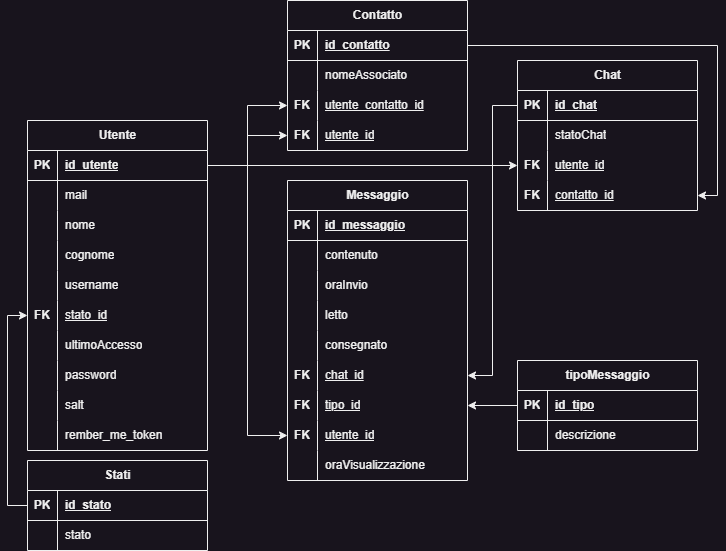
Above: Readme/SchemaRelazionale.png in FanteyOfficial/ProgettoQuintaInformatica (draw.io), before the change. Source tidied: cells renumbered, new cells last; positions are measured from the earlier drawing's top-left corner, leaving out a move shared by most shapes.
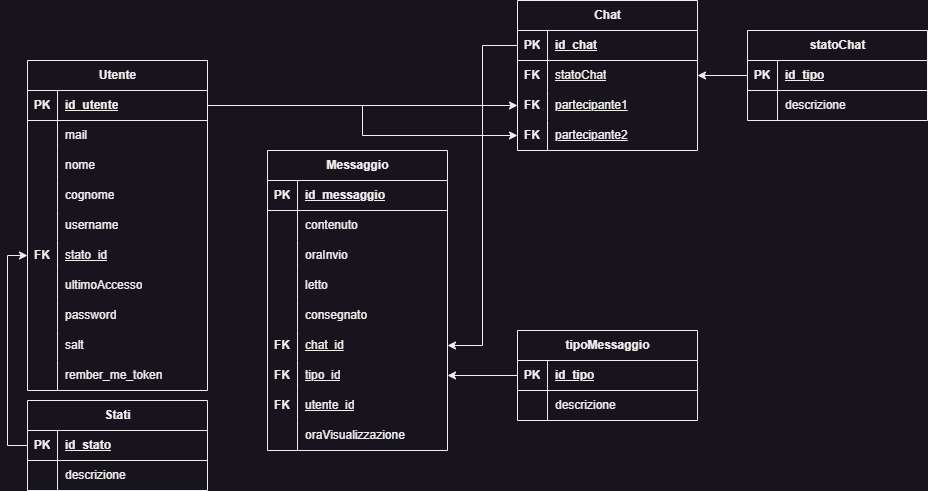
After the commit.

The edit, as a diff of the source:
```diff
@@ -110,10 +110,10 @@
     <mxCell id="37" style="shape=tableRow;horizontal=0;startSize=0;swimlaneHead=0;swimlaneBody=0;fillColor=none;points=[[0,0.5],[1,0.5]];portConstraint=eastwest;top=0;left=0;right=0;bottom=0;" parent="33" vertex="1">
       <mxGeometry y="60" width="180" height="30" as="geometry" />
     </mxCell>
-    <mxCell id="38" style="shape=partialRectangle;fillColor=none;top=0;left=0;bottom=0;right=0;overflow=hidden;whiteSpace=wrap;html=1;" parent="37" vertex="1">
+    <mxCell id="38" value="&lt;b&gt;FK&lt;/b&gt;" style="shape=partialRectangle;fillColor=none;top=0;left=0;bottom=0;right=0;overflow=hidden;whiteSpace=wrap;html=1;" parent="37" vertex="1">
       <mxGeometry width="30" height="30" as="geometry" />
     </mxCell>
-    <mxCell id="39" value="statoChat" style="shape=partialRectangle;fillColor=none;top=0;left=0;bottom=0;right=0;align=left;spacingLeft=6;overflow=hidden;whiteSpace=wrap;html=1;" parent="37" vertex="1">
+    <mxCell id="39" value="&lt;u&gt;statoChat&lt;/u&gt;" style="shape=partialRectangle;fillColor=none;top=0;left=0;bottom=0;right=0;align=left;spacingLeft=6;overflow=hidden;whiteSpace=wrap;html=1;" parent="37" vertex="1">
       <mxGeometry x="30" width="150" height="30" as="geometry" />
     </mxCell>
     <mxCell id="40" style="shape=tableRow;horizontal=0;startSize=0;swimlaneHead=0;swimlaneBody=0;fillColor=none;points=[[0,0.5],[1,0.5]];portConstraint=eastwest;top=0;left=0;right=0;bottom=0;" parent="33" vertex="1">
@@ -122,7 +122,7 @@
     <mxCell id="41" value="&lt;b&gt;FK&lt;/b&gt;" style="shape=partialRectangle;fillColor=none;top=0;left=0;bottom=0;right=0;overflow=hidden;whiteSpace=wrap;html=1;" parent="40" vertex="1">
       <mxGeometry width="30" height="30" as="geometry" />
     </mxCell>
-    <mxCell id="42" value="&lt;u&gt;utente_id&lt;/u&gt;" style="shape=partialRectangle;fillColor=none;top=0;left=0;bottom=0;right=0;align=left;spacingLeft=6;overflow=hidden;whiteSpace=wrap;html=1;" parent="40" vertex="1">
+    <mxCell id="42" value="&lt;u&gt;partecipante1&lt;/u&gt;" style="shape=partialRectangle;fillColor=none;top=0;left=0;bottom=0;right=0;align=left;spacingLeft=6;overflow=hidden;whiteSpace=wrap;html=1;" parent="40" vertex="1">
       <mxGeometry x="30" width="150" height="30" as="geometry" />
     </mxCell>
     <mxCell id="43" style="shape=tableRow;horizontal=0;startSize=0;swimlaneHead=0;swimlaneBody=0;fillColor=none;points=[[0,0.5],[1,0.5]];portConstraint=eastwest;top=0;left=0;right=0;bottom=0;" parent="33" vertex="1">
@@ -131,11 +131,11 @@
     <mxCell id="44" value="&lt;b&gt;FK&lt;/b&gt;" style="shape=partialRectangle;fillColor=none;top=0;left=0;bottom=0;right=0;overflow=hidden;whiteSpace=wrap;html=1;" parent="43" vertex="1">
       <mxGeometry width="30" height="30" as="geometry" />
     </mxCell>
-    <mxCell id="45" value="&lt;u&gt;contatto_id&lt;/u&gt;" style="shape=partialRectangle;fillColor=none;top=0;left=0;bottom=0;right=0;align=left;spacingLeft=6;overflow=hidden;whiteSpace=wrap;html=1;" parent="43" vertex="1">
+    <mxCell id="45" value="&lt;u&gt;partecipante2&lt;/u&gt;" style="shape=partialRectangle;fillColor=none;top=0;left=0;bottom=0;right=0;align=left;spacingLeft=6;overflow=hidden;whiteSpace=wrap;html=1;" parent="43" vertex="1">
       <mxGeometry x="30" width="150" height="30" as="geometry" />
     </mxCell>
     <mxCell id="46" value="Messaggio" style="shape=table;startSize=30;rowLines=0;fontStyle=1;align=center;html=1;" parent="1" vertex="1">
-      <mxGeometry x="260" y="180" width="180" height="300" as="geometry" />
+      <mxGeometry x="240" y="210" width="180" height="300" as="geometry" />
     </mxCell>
     <mxCell id="47" style="shape=tableRow;horizontal=0;startSize=0;swimlaneHead=0;swimlaneBody=0;fillColor=none;top=0;left=0;right=0;bottom=1;" parent="46" vertex="1">
       <mxGeometry y="30" width="180" height="30" as="geometry" />
@@ -239,11 +239,11 @@
     <mxCell id="80" style="shape=partialRectangle;fillColor=none;top=0;left=0;bottom=0;right=0;overflow=hidden;whiteSpace=wrap;html=1;" parent="79" vertex="1">
       <mxGeometry width="30" height="30" as="geometry" />
     </mxCell>
-    <mxCell id="81" value="stato" style="shape=partialRectangle;fillColor=none;top=0;left=0;bottom=0;right=0;align=left;spacingLeft=6;overflow=hidden;whiteSpace=wrap;html=1;" parent="79" vertex="1">
+    <mxCell id="81" value="descrizione" style="shape=partialRectangle;fillColor=none;top=0;left=0;bottom=0;right=0;align=left;spacingLeft=6;overflow=hidden;whiteSpace=wrap;html=1;" parent="79" vertex="1">
       <mxGeometry x="30" width="150" height="30" as="geometry" />
     </mxCell>
     <mxCell id="82" value="tipoMessaggio" style="shape=table;startSize=30;rowLines=0;fontStyle=1;align=center;html=1;" parent="1" vertex="1">
-      <mxGeometry x="490" y="360" width="180" height="90" as="geometry" />
+      <mxGeometry x="490" y="390" width="180" height="90" as="geometry" />
     </mxCell>
     <mxCell id="83" style="shape=tableRow;horizontal=0;startSize=0;swimlaneHead=0;swimlaneBody=0;fillColor=none;points=[[0,0.5],[1,0.5]];portConstraint=eastwest;top=0;left=0;right=0;bottom=1;" parent="82" vertex="1">
       <mxGeometry y="30" width="180" height="30" as="geometry" />
@@ -263,59 +263,6 @@
     <mxCell id="88" value="descrizione" style="shape=partialRectangle;fillColor=none;top=0;left=0;bottom=0;right=0;align=left;spacingLeft=6;overflow=hidden;whiteSpace=wrap;html=1;" parent="86" vertex="1">
       <mxGeometry x="30" width="150" height="30" as="geometry" />
     </mxCell>
-    <mxCell id="89" value="Contatto" style="shape=table;startSize=30;rowLines=0;fontStyle=1;align=center;html=1;" parent="1" vertex="1">
-      <mxGeometry x="260" width="180" height="150" as="geometry" />
-    </mxCell>
-    <mxCell id="90" style="shape=tableRow;horizontal=0;startSize=0;swimlaneHead=0;swimlaneBody=0;fillColor=none;points=[[0,0.5],[1,0.5]];portConstraint=eastwest;top=0;left=0;right=0;bottom=1;" parent="89" vertex="1">
-      <mxGeometry y="30" width="180" height="30" as="geometry" />
-    </mxCell>
-    <mxCell id="91" value="PK" style="shape=partialRectangle;fillColor=none;top=0;left=0;bottom=0;right=0;fontStyle=1;overflow=hidden;whiteSpace=wrap;html=1;" parent="90" vertex="1">
-      <mxGeometry width="30" height="30" as="geometry" />
-    </mxCell>
-    <mxCell id="92" value="id_contatto" style="shape=partialRectangle;fillColor=none;top=0;left=0;bottom=0;right=0;align=left;spacingLeft=6;fontStyle=5;overflow=hidden;whiteSpace=wrap;html=1;" parent="90" vertex="1">
-      <mxGeometry x="30" width="150" height="30" as="geometry" />
-    </mxCell>
-    <mxCell id="93" style="shape=tableRow;horizontal=0;startSize=0;swimlaneHead=0;swimlaneBody=0;fillColor=none;top=0;left=0;right=0;bottom=0;" parent="89" vertex="1">
-      <mxGeometry y="60" width="180" height="30" as="geometry" />
-    </mxCell>
-    <mxCell id="94" style="shape=partialRectangle;fillColor=none;top=0;left=0;bottom=0;right=0;overflow=hidden;whiteSpace=wrap;html=1;" parent="93" vertex="1">
-      <mxGeometry width="30" height="30" as="geometry" />
-    </mxCell>
-    <mxCell id="95" value="nomeAssociato" style="shape=partialRectangle;fillColor=none;top=0;left=0;bottom=0;right=0;align=left;spacingLeft=6;overflow=hidden;whiteSpace=wrap;html=1;" parent="93" vertex="1">
-      <mxGeometry x="30" width="150" height="30" as="geometry" />
-    </mxCell>
-    <mxCell id="96" style="shape=tableRow;horizontal=0;startSize=0;swimlaneHead=0;swimlaneBody=0;fillColor=none;points=[[0,0.5],[1,0.5]];portConstraint=eastwest;top=0;left=0;right=0;bottom=0;" parent="89" vertex="1">
-      <mxGeometry y="90" width="180" height="30" as="geometry" />
-    </mxCell>
-    <mxCell id="97" value="&lt;b&gt;FK&lt;/b&gt;" style="shape=partialRectangle;fillColor=none;top=0;left=0;bottom=0;right=0;overflow=hidden;whiteSpace=wrap;html=1;" parent="96" vertex="1">
-      <mxGeometry width="30" height="30" as="geometry" />
-    </mxCell>
-    <mxCell id="98" value="&lt;u&gt;utente_contatto_id&lt;/u&gt;" style="shape=partialRectangle;fillColor=none;top=0;left=0;bottom=0;right=0;align=left;spacingLeft=6;overflow=hidden;whiteSpace=wrap;html=1;" parent="96" vertex="1">
-      <mxGeometry x="30" width="150" height="30" as="geometry" />
-    </mxCell>
-    <mxCell id="99" style="shape=tableRow;horizontal=0;startSize=0;swimlaneHead=0;swimlaneBody=0;fillColor=none;points=[[0,0.5],[1,0.5]];portConstraint=eastwest;top=0;left=0;right=0;bottom=0;" parent="89" vertex="1">
-      <mxGeometry y="120" width="180" height="30" as="geometry" />
-    </mxCell>
-    <mxCell id="100" value="&lt;b&gt;FK&lt;/b&gt;" style="shape=partialRectangle;fillColor=none;top=0;left=0;bottom=0;right=0;overflow=hidden;whiteSpace=wrap;html=1;" parent="99" vertex="1">
-      <mxGeometry width="30" height="30" as="geometry" />
-    </mxCell>
-    <mxCell id="101" value="&lt;u&gt;utente_id&lt;/u&gt;" style="shape=partialRectangle;fillColor=none;top=0;left=0;bottom=0;right=0;align=left;spacingLeft=6;overflow=hidden;whiteSpace=wrap;html=1;" parent="99" vertex="1">
-      <mxGeometry x="30" width="150" height="30" as="geometry" />
-    </mxCell>
-    <mxCell id="102" style="edgeStyle=orthogonalEdgeStyle;rounded=0;jettySize=auto;html=1;" parent="1" edge="1" source="3" target="96">
-      <mxGeometry relative="1" as="geometry" />
-    </mxCell>
-    <mxCell id="103" style="edgeStyle=orthogonalEdgeStyle;rounded=0;jettySize=auto;html=1;" parent="1" edge="1" source="3" target="99">
-      <mxGeometry relative="1" as="geometry" />
-    </mxCell>
-    <mxCell id="104" style="edgeStyle=orthogonalEdgeStyle;rounded=0;jettySize=auto;html=1;" parent="1" edge="1" source="3" target="68">
-      <mxGeometry relative="1" as="geometry">
-        <Array as="points">
-          <mxPoint x="220" y="165" />
-          <mxPoint x="220" y="435" />
-        </Array>
-      </mxGeometry>
-    </mxCell>
     <mxCell id="105" style="edgeStyle=orthogonalEdgeStyle;rounded=0;jettySize=auto;html=1;entryX=0;entryY=0.5;entryDx=0;entryDy=0;" parent="1" edge="1" source="76" target="18">
       <mxGeometry relative="1" as="geometry" />
     </mxCell>
@@ -325,13 +272,32 @@
     <mxCell id="107" style="edgeStyle=orthogonalEdgeStyle;rounded=0;jettySize=auto;html=1;" parent="1" edge="1" source="3" target="40">
       <mxGeometry relative="1" as="geometry" />
     </mxCell>
-    <mxCell id="108" style="edgeStyle=orthogonalEdgeStyle;rounded=0;jettySize=auto;html=1;" parent="1" edge="1" source="90" target="43">
-      <mxGeometry relative="1" as="geometry">
-        <Array as="points">
-          <mxPoint x="690" y="45" />
-          <mxPoint x="690" y="195" />
-        </Array>
-      </mxGeometry>
-    </mxCell>
+    <mxCell id="109" style="edgeStyle=orthogonalEdgeStyle;rounded=0;jettySize=auto;html=1;" parent="1" edge="1" source="3" target="43">
+      <mxGeometry relative="1" as="geometry" />
+    </mxCell>
+    <mxCell id="110" value="statoChat" style="shape=table;startSize=30;rowLines=0;fontStyle=1;align=center;html=1;" parent="1" vertex="1">
+      <mxGeometry x="720" y="90" width="180" height="90" as="geometry" />
+    </mxCell>
+    <mxCell id="90" style="shape=tableRow;horizontal=0;startSize=0;swimlaneHead=0;swimlaneBody=0;fillColor=none;points=[[0,0.5],[1,0.5]];portConstraint=eastwest;top=0;left=0;right=0;bottom=1;" parent="110" vertex="1">
+      <mxGeometry y="30" width="180" height="30" as="geometry" />
+    </mxCell>
+    <mxCell id="91" value="PK" style="shape=partialRectangle;fillColor=none;top=0;left=0;bottom=0;right=0;fontStyle=1;overflow=hidden;whiteSpace=wrap;html=1;" parent="90" vertex="1">
+      <mxGeometry width="30" height="30" as="geometry" />
+    </mxCell>
+    <mxCell id="111" value="id_tipo" style="shape=partialRectangle;fillColor=none;top=0;left=0;bottom=0;right=0;align=left;spacingLeft=6;fontStyle=5;overflow=hidden;whiteSpace=wrap;html=1;" parent="90" vertex="1">
+      <mxGeometry x="30" width="150" height="30" as="geometry" />
+    </mxCell>
+    <mxCell id="93" style="shape=tableRow;horizontal=0;startSize=0;swimlaneHead=0;swimlaneBody=0;fillColor=none;top=0;left=0;right=0;bottom=0;" parent="110" vertex="1">
+      <mxGeometry y="60" width="180" height="30" as="geometry" />
+    </mxCell>
+    <mxCell id="94" style="shape=partialRectangle;fillColor=none;top=0;left=0;bottom=0;right=0;overflow=hidden;whiteSpace=wrap;html=1;" parent="93" vertex="1">
+      <mxGeometry width="30" height="30" as="geometry" />
+    </mxCell>
+    <mxCell id="112" value="descrizione" style="shape=partialRectangle;fillColor=none;top=0;left=0;bottom=0;right=0;align=left;spacingLeft=6;overflow=hidden;whiteSpace=wrap;html=1;" parent="93" vertex="1">
+      <mxGeometry x="30" width="150" height="30" as="geometry" />
+    </mxCell>
+    <mxCell id="113" style="edgeStyle=orthogonalEdgeStyle;rounded=0;jettySize=auto;html=1;" parent="1" edge="1" source="90" target="37">
+      <mxGeometry relative="1" as="geometry" />
+    </mxCell>
   </root>
 </mxGraphModel>
```
